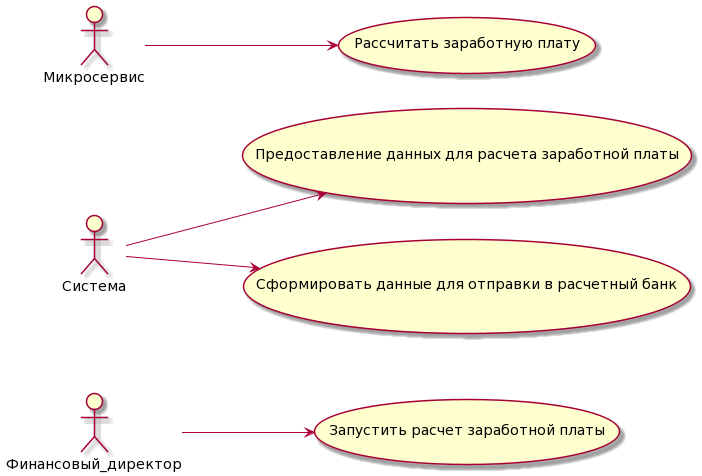
This is 2_semestr/UseCase/UseCaseD.png from AirNus/AirNus.github.io, a PlantUML export, as it was before one commit. The source it was exported from:
```plantuml
@startuml
left to right direction

actor "Финансовый_директор"
actor "Cистема"
actor "Микросервис"

usecase case1 as "Запустить расчет заработной платы"

usecase case2 as "Предоставление данных для расчета заработной платы"

usecase case3 as "Сформировать данные для отправки в расчетный банк"

usecase case4 as "Рассчитать заработную плату"

Финансовый_директор --> case1

Cистема --> case2
Cистема --> case3

Микросервис --> case4
@enduml
```
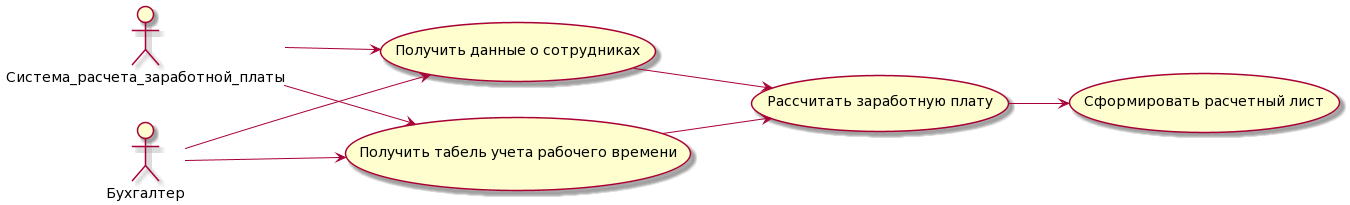
Above is the later version.

Commit message:
edit Sequence and UseCaseD

What changed in the source:
```diff
@@ -1,22 +1,25 @@
 @startuml
 left to right direction
 
-actor "Финансовый_директор"
-actor "Cистема"
-actor "Микросервис"
+actor "Cистема_расчета_заработной_платы"
+actor "Бухгалтер"
 
-usecase case1 as "Запустить расчет заработной платы"
+usecase case1 as "Получить данные о сотрудниках"
 
-usecase case2 as "Предоставление данных для расчета заработной платы"
+usecase case2 as "Получить табель учета рабочего времени"
 
-usecase case3 as "Сформировать данные для отправки в расчетный банк"
+usecase case3 as "Рассчитать заработную плату"
 
-usecase case4 as "Рассчитать заработную плату"
+usecase case4 as "Сформировать расчетный лист"
 
-Финансовый_директор --> case1
+Бухгалтер --> case1
+Бухгалтер --> case2
 
-Cистема --> case2
-Cистема --> case3
+Cистема_расчета_заработной_платы --> case1
+Cистема_расчета_заработной_платы --> case2
 
-Микросервис --> case4
+case1 --> case3
+case2 --> case3
+
+case3 --> case4
 @enduml
```
